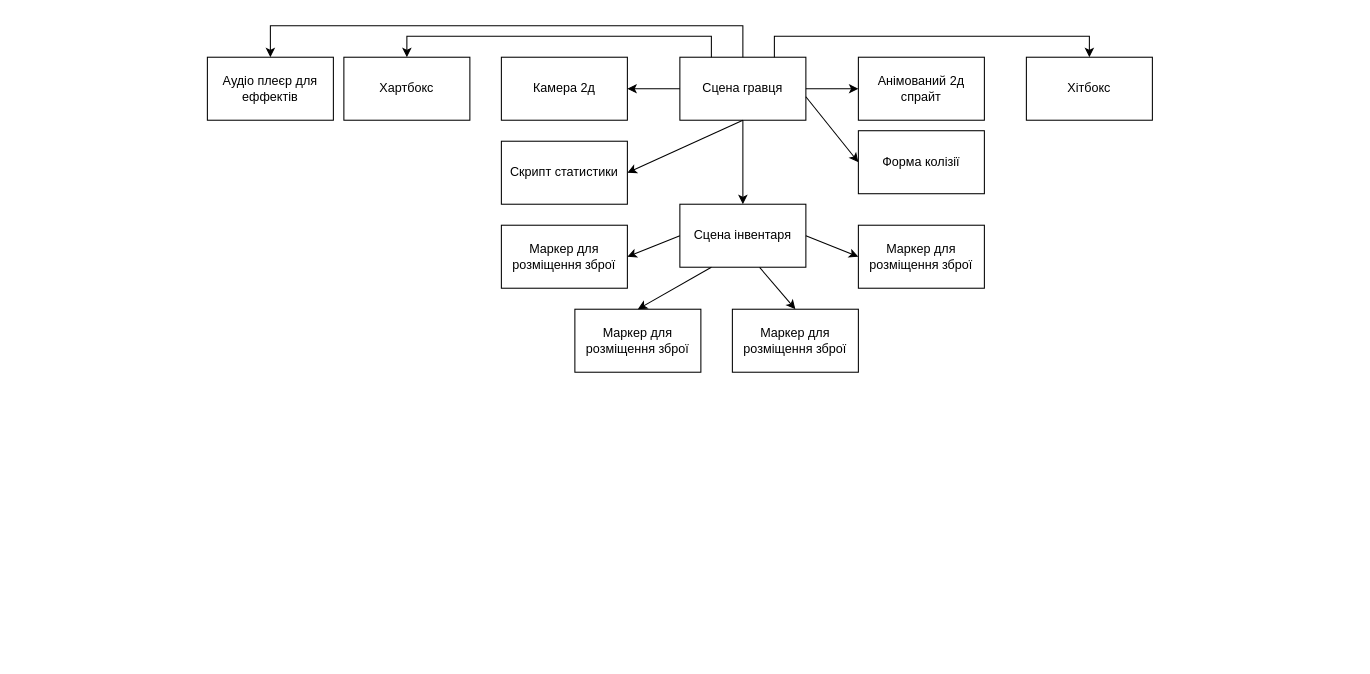
The draw.io diagram page "UML-діаграма структтури сцени" (4 of 4) of src/Docs/Игра_схема.drawio.xml in hucketa/Diplome, before the edit. Source tidied: cells renumbered, new cells numbered last; positions are measured from the earlier drawing's top-left corner, leaving out a move shared by most shapes. Both pictures are drawn from the tidied source at 105%, with x=0, y=0 at pixel (207, 25).
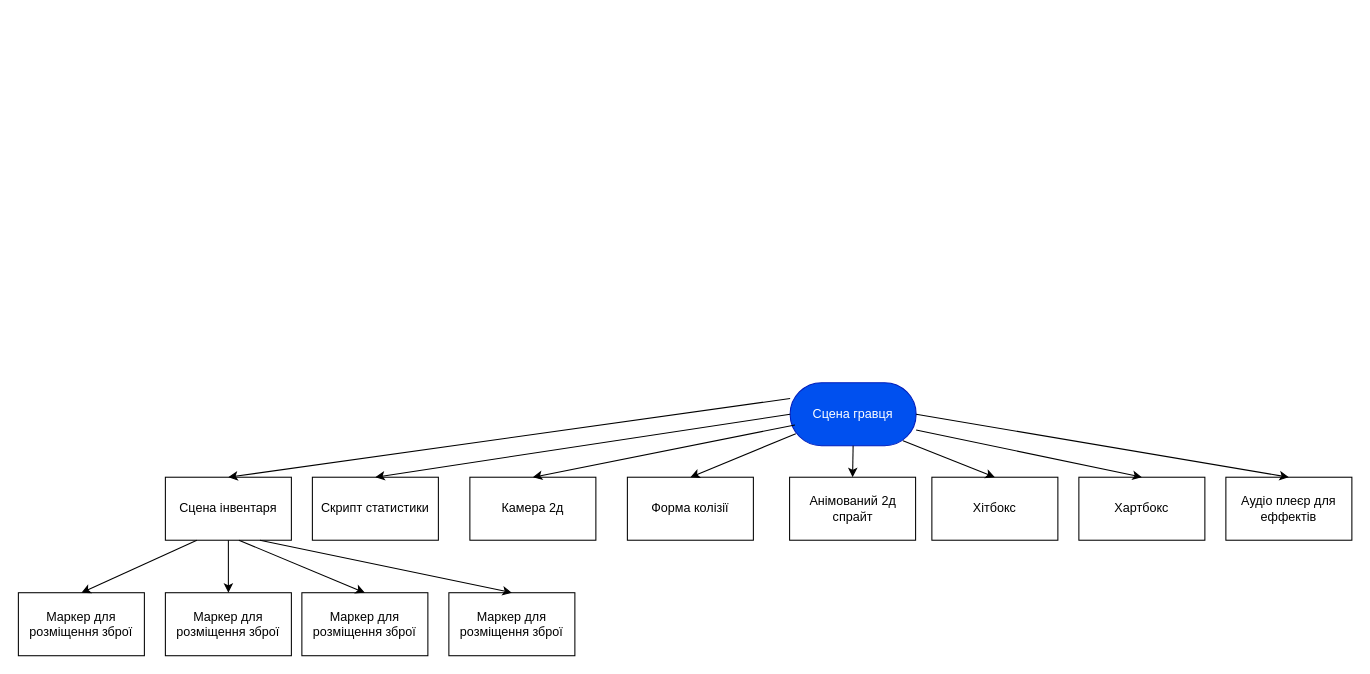
Above is the later version.

Change to the diagram source:
```diff
@@
-    <mxCell id="2" value="Сцена гравця" style="rounded=0;whiteSpace=wrap;html=1;" parent="1" vertex="1">
-      <mxGeometry x="450" y="30" width="120" height="60" as="geometry" />
-    </mxCell>
-    <mxCell id="3" style="endArrow=classic;html=1;rounded=0;exitX=1;exitY=0.5;exitDx=0;exitDy=0;" parent="1" edge="1" source="2">
-      <mxGeometry relative="1" as="geometry">
-        <mxPoint x="620" y="60" as="targetPoint" />
-      </mxGeometry>
-    </mxCell>
     <mxCell id="4" value="Анімований 2д спрайт" style="rounded=0;whiteSpace=wrap;html=1;" parent="1" vertex="1">
-      <mxGeometry x="620" y="30" width="120" height="60" as="geometry" />
+      <mxGeometry x="554.5" y="430" width="120" height="60" as="geometry" />
     </mxCell>
-    <mxCell id="5" style="endArrow=classic;html=1;rounded=0;exitX=1;exitY=0.627;exitDx=0;exitDy=0;exitPerimeter=0;entryX=0;entryY=0.5;entryDx=0;entryDy=0;" parent="1" edge="1" source="2" target="6">
-      <mxGeometry relative="1" as="geometry" />
-    </mxCell>
     <mxCell id="6" value="Форма колізії" style="rounded=0;whiteSpace=wrap;html=1;" parent="1" vertex="1">
-      <mxGeometry x="620" y="100" width="120" height="60" as="geometry" />
+      <mxGeometry x="400" y="430" width="120" height="60" as="geometry" />
     </mxCell>
     <mxCell id="7" value="Камера 2д" style="rounded=0;whiteSpace=wrap;html=1;" parent="1" vertex="1">
-      <mxGeometry x="280" y="30" width="120" height="60" as="geometry" />
+      <mxGeometry x="250" y="430" width="120" height="60" as="geometry" />
     </mxCell>
-    <mxCell id="8" style="endArrow=classic;html=1;rounded=0;exitX=0;exitY=0.5;exitDx=0;exitDy=0;entryX=1;entryY=0.5;entryDx=0;entryDy=0;" parent="1" edge="1" source="2" target="7">
-      <mxGeometry relative="1" as="geometry" />
-    </mxCell>
-    <mxCell id="9" style="endArrow=classic;html=1;rounded=0;exitX=0.5;exitY=1;exitDx=0;exitDy=0;entryX=1;entryY=0.5;entryDx=0;entryDy=0;" parent="1" edge="1" source="2" target="10">
-      <mxGeometry relative="1" as="geometry" />
-    </mxCell>
     <mxCell id="10" value="Скрипт статистики" style="rounded=0;whiteSpace=wrap;html=1;" parent="1" vertex="1">
-      <mxGeometry x="280" y="110" width="120" height="60" as="geometry" />
+      <mxGeometry x="100" y="430" width="120" height="60" as="geometry" />
     </mxCell>
-    <mxCell id="11" style="endArrow=classic;html=1;rounded=0;exitX=0.25;exitY=0;exitDx=0;exitDy=0;entryX=0.5;entryY=0;entryDx=0;entryDy=0;" parent="1" edge="1" source="2" target="12">
-      <mxGeometry relative="1" as="geometry">
-        <Array as="points">
-          <mxPoint x="480" y="10" />
-          <mxPoint x="190" y="10" />
-        </Array>
-      </mxGeometry>
-    </mxCell>
     <mxCell id="12" value="Хартбокс" style="rounded=0;whiteSpace=wrap;html=1;" parent="1" vertex="1">
-      <mxGeometry x="130" y="30" width="120" height="60" as="geometry" />
+      <mxGeometry x="830" y="430" width="120" height="60" as="geometry" />
     </mxCell>
     <mxCell id="13" value="Хітбокс" style="rounded=0;whiteSpace=wrap;html=1;" parent="1" vertex="1">
-      <mxGeometry x="780" y="30" width="120" height="60" as="geometry" />
+      <mxGeometry x="690" y="430" width="120" height="60" as="geometry" />
     </mxCell>
-    <mxCell id="14" style="endArrow=classic;html=1;rounded=0;exitX=0.75;exitY=0;exitDx=0;exitDy=0;entryX=0.5;entryY=0;entryDx=0;entryDy=0;" parent="1" edge="1" source="2" target="13">
-      <mxGeometry relative="1" as="geometry">
-        <Array as="points">
-          <mxPoint x="540" y="10" />
-          <mxPoint x="680" y="10" />
-          <mxPoint x="840" y="10" />
-        </Array>
-      </mxGeometry>
-    </mxCell>
-    <mxCell id="15" style="endArrow=classic;html=1;rounded=0;exitX=0.5;exitY=0;exitDx=0;exitDy=0;entryX=0.5;entryY=0;entryDx=0;entryDy=0;" parent="1" edge="1" source="2" target="16">
-      <mxGeometry relative="1" as="geometry">
-        <Array as="points">
-          <mxPoint x="510" />
-          <mxPoint x="60" />
-        </Array>
-      </mxGeometry>
-    </mxCell>
     <mxCell id="16" value="Аудіо плеєр для еффектів" style="rounded=0;whiteSpace=wrap;html=1;" parent="1" vertex="1">
-      <mxGeometry y="30" width="120" height="60" as="geometry" />
+      <mxGeometry x="970" y="430" width="120" height="60" as="geometry" />
     </mxCell>
-    <mxCell id="17" style="endArrow=classic;html=1;rounded=0;exitX=0.5;exitY=1;exitDx=0;exitDy=0;" parent="1" edge="1" source="2">
-      <mxGeometry relative="1" as="geometry">
-        <mxPoint x="510" y="170" as="targetPoint" />
-      </mxGeometry>
-    </mxCell>
     <mxCell id="18" value="Сцена інвентаря" style="rounded=0;whiteSpace=wrap;html=1;" parent="1" vertex="1">
-      <mxGeometry x="450" y="170" width="120" height="60" as="geometry" />
+      <mxGeometry x="-40" y="430" width="120" height="60" as="geometry" />
     </mxCell>
-    <mxCell id="19" style="endArrow=classic;html=1;rounded=0;exitX=0;exitY=0.5;exitDx=0;exitDy=0;entryX=1;entryY=0.5;entryDx=0;entryDy=0;" parent="1" edge="1" source="18" target="20">
-      <mxGeometry relative="1" as="geometry" />
-    </mxCell>
     <mxCell id="20" value="Маркер для розміщення зброї" style="rounded=0;whiteSpace=wrap;html=1;" parent="1" vertex="1">
-      <mxGeometry x="280" y="190" width="120" height="60" as="geometry" />
+      <mxGeometry x="-40" y="540" width="120" height="60" as="geometry" />
     </mxCell>
     <mxCell id="21" value="Маркер для розміщення зброї" style="rounded=0;whiteSpace=wrap;html=1;" parent="1" vertex="1">
-      <mxGeometry x="350" y="270" width="120" height="60" as="geometry" />
+      <mxGeometry x="90" y="540" width="120" height="60" as="geometry" />
     </mxCell>
     <mxCell id="22" value="Маркер для розміщення зброї" style="rounded=0;whiteSpace=wrap;html=1;" parent="1" vertex="1">
-      <mxGeometry x="500" y="270" width="120" height="60" as="geometry" />
+      <mxGeometry x="-180" y="540" width="120" height="60" as="geometry" />
     </mxCell>
     <mxCell id="23" value="Маркер для розміщення зброї" style="rounded=0;whiteSpace=wrap;html=1;" parent="1" vertex="1">
-      <mxGeometry x="620" y="190" width="120" height="60" as="geometry" />
+      <mxGeometry x="230" y="540" width="120" height="60" as="geometry" />
     </mxCell>
-    <mxCell id="24" style="endArrow=classic;html=1;rounded=0;exitX=0.25;exitY=1;exitDx=0;exitDy=0;entryX=0.5;entryY=0;entryDx=0;entryDy=0;" parent="1" edge="1" source="18" target="21">
-      <mxGeometry relative="1" as="geometry" />
-    </mxCell>
+    <mxCell id="2" value="Сцена гравця" style="rounded=1;whiteSpace=wrap;html=1;fillColor=#0050ef;fontColor=#ffffff;strokeColor=#001DBC;arcSize=50;" parent="1" vertex="1">
+      <mxGeometry x="555" y="340" width="120" height="60" as="geometry" />
+    </mxCell>
+    <mxCell id="9" style="endArrow=classic;html=1;rounded=0;exitX=0;exitY=0.5;exitDx=0;exitDy=0;entryX=0.5;entryY=0;entryDx=0;entryDy=0;" parent="1" edge="1" source="2" target="10">
+      <mxGeometry relative="1" as="geometry" />
+    </mxCell>
+    <mxCell id="8" style="endArrow=classic;html=1;rounded=0;exitX=0.038;exitY=0.671;exitDx=0;exitDy=0;entryX=0.5;entryY=0;entryDx=0;entryDy=0;exitPerimeter=0;" parent="1" edge="1" source="2" target="7">
+      <mxGeometry relative="1" as="geometry" />
+    </mxCell>
+    <mxCell id="5" style="endArrow=classic;html=1;rounded=0;entryX=0.5;entryY=0;entryDx=0;entryDy=0;exitX=0.045;exitY=0.809;exitDx=0;exitDy=0;exitPerimeter=0;" parent="1" edge="1" source="2" target="6">
+      <mxGeometry relative="1" as="geometry" />
+    </mxCell>
+    <mxCell id="27" style="endArrow=classic;html=1;rounded=0;exitX=0.5;exitY=1;exitDx=0;exitDy=0;entryX=0.5;entryY=0;entryDx=0;entryDy=0;" parent="1" edge="1" source="2" target="4">
+      <mxGeometry relative="1" as="geometry" />
+    </mxCell>
+    <mxCell id="14" style="endArrow=classic;html=1;rounded=0;exitX=0.896;exitY=0.922;exitDx=0;exitDy=0;exitPerimeter=0;entryX=0.5;entryY=0;entryDx=0;entryDy=0;" parent="1" edge="1" source="2" target="13">
+      <mxGeometry relative="1" as="geometry" />
+    </mxCell>
+    <mxCell id="11" style="endArrow=classic;html=1;rounded=0;exitX=1;exitY=0.75;exitDx=0;exitDy=0;entryX=0.5;entryY=0;entryDx=0;entryDy=0;" parent="1" edge="1" source="2" target="12">
+      <mxGeometry relative="1" as="geometry" />
+    </mxCell>
+    <mxCell id="15" style="endArrow=classic;html=1;rounded=0;exitX=1;exitY=0.5;exitDx=0;exitDy=0;entryX=0.5;entryY=0;entryDx=0;entryDy=0;" parent="1" edge="1" source="2" target="16">
+      <mxGeometry relative="1" as="geometry" />
+    </mxCell>
+    <mxCell id="28" style="endArrow=classic;html=1;rounded=0;entryX=0.5;entryY=0;entryDx=0;entryDy=0;exitX=0;exitY=0.25;exitDx=0;exitDy=0;" parent="1" edge="1" source="2" target="18">
+      <mxGeometry relative="1" as="geometry" />
+    </mxCell>
+    <mxCell id="19" style="endArrow=classic;html=1;rounded=0;exitX=0.5;exitY=1;exitDx=0;exitDy=0;entryX=0.5;entryY=0;entryDx=0;entryDy=0;" parent="1" edge="1" source="18" target="20">
+      <mxGeometry relative="1" as="geometry" />
+    </mxCell>
+    <mxCell id="29" style="endArrow=classic;html=1;rounded=0;entryX=0.5;entryY=0;entryDx=0;entryDy=0;" parent="1" edge="1" target="21">
+      <mxGeometry relative="1" as="geometry">
+        <mxPoint x="30" y="490" as="sourcePoint" />
+      </mxGeometry>
+    </mxCell>
+    <mxCell id="26" style="endArrow=classic;html=1;rounded=0;exitX=0.75;exitY=1;exitDx=0;exitDy=0;entryX=0.5;entryY=0;entryDx=0;entryDy=0;" parent="1" edge="1" source="18" target="23">
+      <mxGeometry relative="1" as="geometry" />
+    </mxCell>
-    <mxCell id="25" style="endArrow=classic;html=1;rounded=0;exitX=0.633;exitY=1.003;exitDx=0;exitDy=0;exitPerimeter=0;entryX=0.5;entryY=0;entryDx=0;entryDy=0;" parent="1" edge="1" source="18" target="22">
+    <mxCell id="25" style="endArrow=classic;html=1;rounded=0;exitX=0.25;exitY=1;exitDx=0;exitDy=0;entryX=0.5;entryY=0;entryDx=0;entryDy=0;" parent="1" edge="1" source="18" target="22">
       <mxGeometry relative="1" as="geometry" />
     </mxCell>
-    <mxCell id="26" style="endArrow=classic;html=1;rounded=0;exitX=1;exitY=0.5;exitDx=0;exitDy=0;entryX=0;entryY=0.5;entryDx=0;entryDy=0;" parent="1" edge="1" source="18" target="23">
-      <mxGeometry relative="1" as="geometry" />
-    </mxCell>
```
